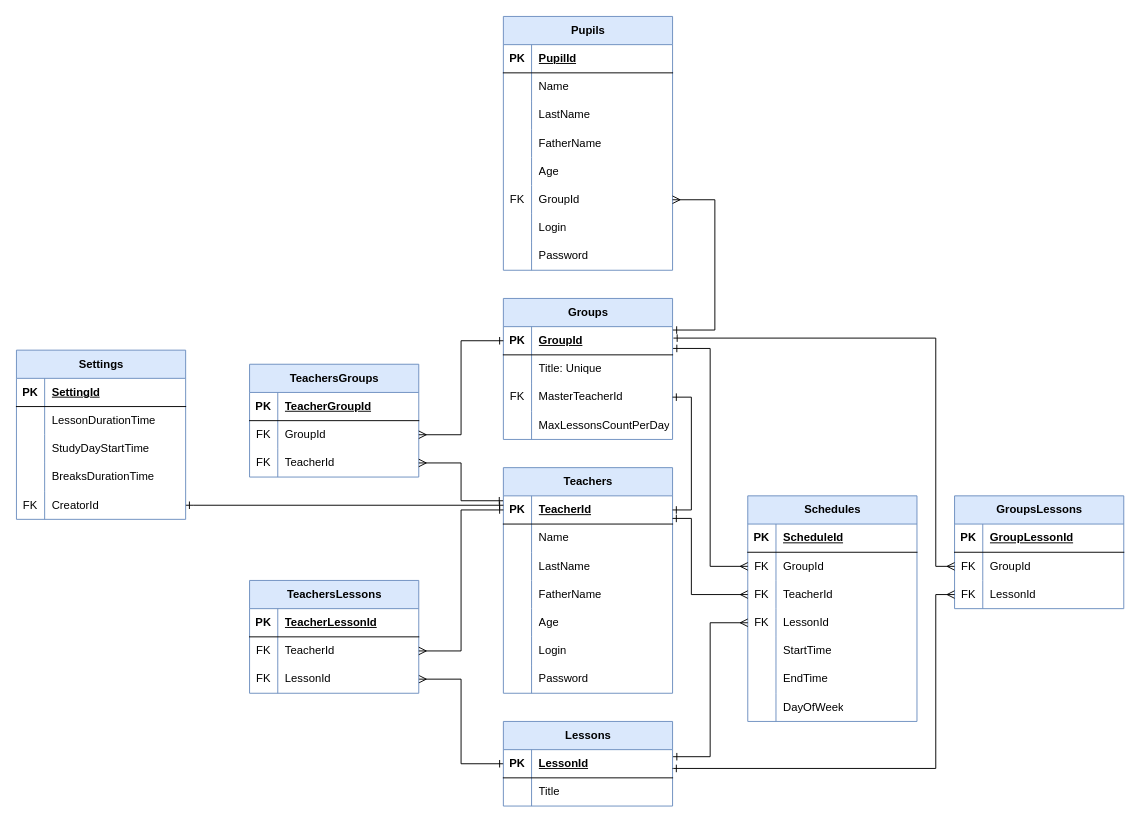
Earlier version of the draw.io diagram ESchedule/Diagrams/ER.drawio (KuleshovNikita/ESchedule). Source tidied: cells renumbered, new cells numbered last; positions are measured from the earlier drawing's top-left corner, leaving out a move shared by most shapes. Both pictures are drawn from the tidied source at 94%, with x=0, y=0 at pixel (16, 16).
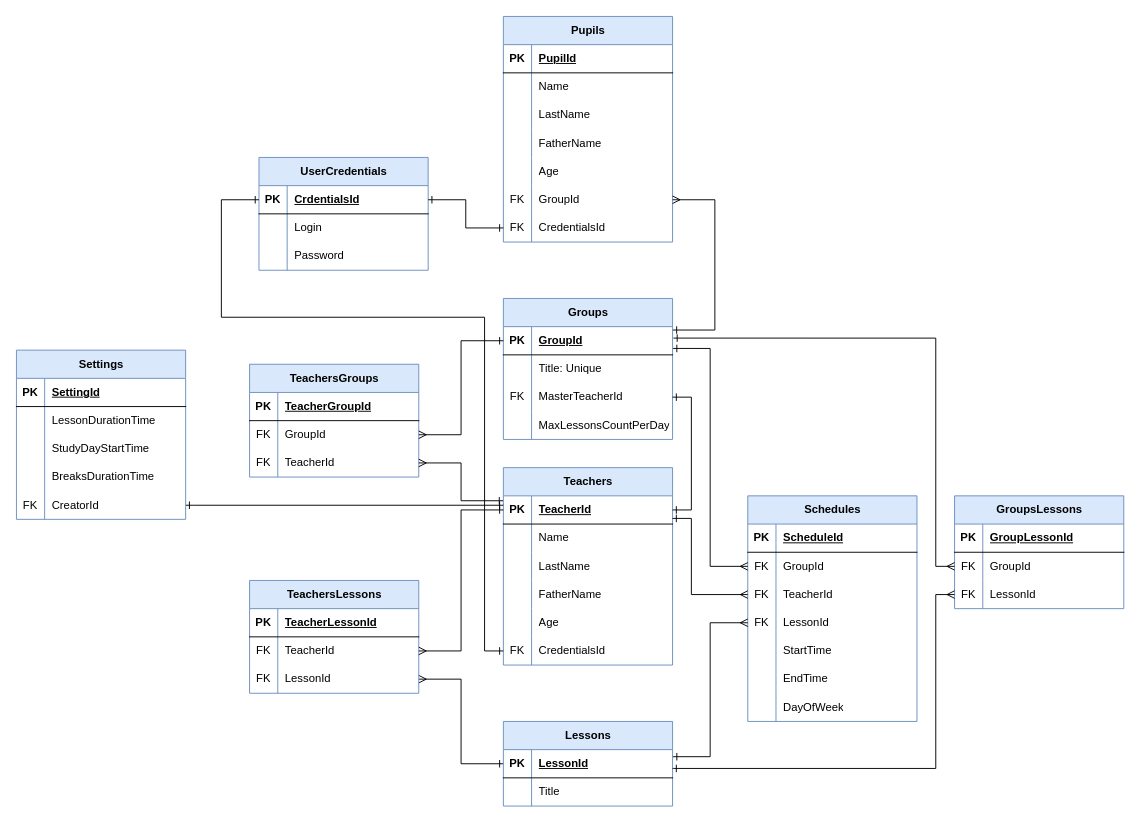
The same page after the edit.

Commit message (it also covers changes not shown here):
added UserCredentials model, updated context models configuration

The edit, as a diff of the source:
```diff
@@
     <mxCell id="2" value="Pupils" style="shape=table;startSize=30;childLayout=tableLayout;rowLines=0;fontStyle=1;align=center;html=1;fillColor=#dae8fc;strokeColor=#6c8ebf;" parent="1" vertex="1">
-      <mxGeometry x="518" width="180" height="270" as="geometry" />
+      <mxGeometry x="518" width="180" height="240" as="geometry" />
     </mxCell>
@@
-    <mxCell id="21" style="shape=tableRow;horizontal=0;startSize=0;swimlaneHead=0;swimlaneBody=0;fillColor=none;top=0;left=0;right=0;bottom=0;" parent="2" vertex="1">
-      <mxGeometry y="210" width="180" height="30" as="geometry" />
-    </mxCell>
-    <mxCell id="22" style="shape=partialRectangle;fillColor=none;top=0;left=0;bottom=0;right=0;overflow=hidden;whiteSpace=wrap;html=1;" parent="21" vertex="1">
-      <mxGeometry width="30" height="30" as="geometry" />
-    </mxCell>
-    <mxCell id="23" value="Login" style="shape=partialRectangle;fillColor=none;top=0;left=0;bottom=0;right=0;align=left;spacingLeft=6;overflow=hidden;whiteSpace=wrap;html=1;" parent="21" vertex="1">
-      <mxGeometry x="30" width="150" height="30" as="geometry" />
-    </mxCell>
     <mxCell id="24" style="shape=tableRow;horizontal=0;startSize=0;swimlaneHead=0;swimlaneBody=0;fillColor=none;points=[[0,0.5],[1,0.5]];portConstraint=eastwest;top=0;left=0;right=0;bottom=0;" parent="2" vertex="1">
-      <mxGeometry y="240" width="180" height="30" as="geometry" />
+      <mxGeometry y="210" width="180" height="30" as="geometry" />
     </mxCell>
-    <mxCell id="25" style="shape=partialRectangle;fillColor=none;top=0;left=0;bottom=0;right=0;overflow=hidden;whiteSpace=wrap;html=1;" parent="24" vertex="1">
+    <mxCell id="25" value="FK" style="shape=partialRectangle;fillColor=none;top=0;left=0;bottom=0;right=0;overflow=hidden;whiteSpace=wrap;html=1;" parent="24" vertex="1">
       <mxGeometry width="30" height="30" as="geometry" />
     </mxCell>
-    <mxCell id="26" value="Password" style="shape=partialRectangle;fillColor=none;top=0;left=0;bottom=0;right=0;align=left;spacingLeft=6;overflow=hidden;whiteSpace=wrap;html=1;" parent="24" vertex="1">
+    <mxCell id="26" value="CredentialsId" style="shape=partialRectangle;fillColor=none;top=0;left=0;bottom=0;right=0;align=left;spacingLeft=6;overflow=hidden;whiteSpace=wrap;html=1;" parent="24" vertex="1">
       <mxGeometry x="30" width="150" height="30" as="geometry" />
     </mxCell>
     <mxCell id="27" value="Teachers" style="shape=table;startSize=30;childLayout=tableLayout;rowLines=0;fontStyle=1;align=center;html=1;fillColor=#dae8fc;strokeColor=#6c8ebf;" parent="1" vertex="1">
-      <mxGeometry x="518" y="480" width="180" height="240" as="geometry" />
+      <mxGeometry x="518" y="480" width="180" height="210" as="geometry" />
     </mxCell>
@@
-    <mxCell id="43" style="shape=tableRow;horizontal=0;startSize=0;swimlaneHead=0;swimlaneBody=0;fillColor=none;top=0;left=0;right=0;bottom=0;" parent="27" vertex="1">
-      <mxGeometry y="180" width="180" height="30" as="geometry" />
-    </mxCell>
-    <mxCell id="44" style="shape=partialRectangle;fillColor=none;top=0;left=0;bottom=0;right=0;overflow=hidden;whiteSpace=wrap;html=1;" parent="43" vertex="1">
-      <mxGeometry width="30" height="30" as="geometry" />
-    </mxCell>
-    <mxCell id="45" value="Login" style="shape=partialRectangle;fillColor=none;top=0;left=0;bottom=0;right=0;align=left;spacingLeft=6;overflow=hidden;whiteSpace=wrap;html=1;" parent="43" vertex="1">
-      <mxGeometry x="30" width="150" height="30" as="geometry" />
-    </mxCell>
     <mxCell id="46" style="shape=tableRow;horizontal=0;startSize=0;swimlaneHead=0;swimlaneBody=0;fillColor=none;points=[[0,0.5],[1,0.5]];portConstraint=eastwest;top=0;left=0;right=0;bottom=0;" parent="27" vertex="1">
-      <mxGeometry y="210" width="180" height="30" as="geometry" />
+      <mxGeometry y="180" width="180" height="30" as="geometry" />
     </mxCell>
-    <mxCell id="47" style="shape=partialRectangle;fillColor=none;top=0;left=0;bottom=0;right=0;overflow=hidden;whiteSpace=wrap;html=1;" parent="46" vertex="1">
+    <mxCell id="47" value="FK" style="shape=partialRectangle;fillColor=none;top=0;left=0;bottom=0;right=0;overflow=hidden;whiteSpace=wrap;html=1;" parent="46" vertex="1">
       <mxGeometry width="30" height="30" as="geometry" />
     </mxCell>
-    <mxCell id="48" value="Password" style="shape=partialRectangle;fillColor=none;top=0;left=0;bottom=0;right=0;align=left;spacingLeft=6;overflow=hidden;whiteSpace=wrap;html=1;" parent="46" vertex="1">
+    <mxCell id="48" value="CredentialsId" style="shape=partialRectangle;fillColor=none;top=0;left=0;bottom=0;right=0;align=left;spacingLeft=6;overflow=hidden;whiteSpace=wrap;html=1;" parent="46" vertex="1">
       <mxGeometry x="30" width="150" height="30" as="geometry" />
     </mxCell>
@@
+    <mxCell id="149" value="UserCredentials" style="shape=table;startSize=30;childLayout=tableLayout;rowLines=0;fontStyle=1;align=center;html=1;fillColor=#dae8fc;strokeColor=#6c8ebf;" parent="1" vertex="1">
+      <mxGeometry x="258" y="150" width="180" height="120" as="geometry" />
+    </mxCell>
+    <mxCell id="150" style="shape=tableRow;horizontal=0;startSize=0;swimlaneHead=0;swimlaneBody=0;fillColor=none;points=[[0,0.5],[1,0.5]];portConstraint=eastwest;top=0;left=0;right=0;bottom=1;" parent="149" vertex="1">
+      <mxGeometry y="30" width="180" height="30" as="geometry" />
+    </mxCell>
+    <mxCell id="151" value="PK" style="shape=partialRectangle;fillColor=none;top=0;left=0;bottom=0;right=0;fontStyle=1;overflow=hidden;whiteSpace=wrap;html=1;" parent="150" vertex="1">
+      <mxGeometry width="30" height="30" as="geometry" />
+    </mxCell>
+    <mxCell id="152" value="CrdentialsId" style="shape=partialRectangle;fillColor=none;top=0;left=0;bottom=0;right=0;align=left;spacingLeft=6;fontStyle=5;overflow=hidden;whiteSpace=wrap;html=1;" parent="150" vertex="1">
+      <mxGeometry x="30" width="150" height="30" as="geometry" />
+    </mxCell>
+    <mxCell id="153" style="shape=tableRow;horizontal=0;startSize=0;swimlaneHead=0;swimlaneBody=0;fillColor=none;top=0;left=0;right=0;bottom=0;" parent="149" vertex="1">
+      <mxGeometry y="60" width="180" height="30" as="geometry" />
+    </mxCell>
+    <mxCell id="154" style="shape=partialRectangle;fillColor=none;top=0;left=0;bottom=0;right=0;overflow=hidden;whiteSpace=wrap;html=1;" parent="153" vertex="1">
+      <mxGeometry width="30" height="30" as="geometry" />
+    </mxCell>
+    <mxCell id="155" value="Login" style="shape=partialRectangle;fillColor=none;top=0;left=0;bottom=0;right=0;align=left;spacingLeft=6;overflow=hidden;whiteSpace=wrap;html=1;" parent="153" vertex="1">
+      <mxGeometry x="30" width="150" height="30" as="geometry" />
+    </mxCell>
+    <mxCell id="156" style="shape=tableRow;horizontal=0;startSize=0;swimlaneHead=0;swimlaneBody=0;fillColor=none;top=0;left=0;right=0;bottom=0;" parent="149" vertex="1">
+      <mxGeometry y="90" width="180" height="30" as="geometry" />
+    </mxCell>
+    <mxCell id="157" style="shape=partialRectangle;fillColor=none;top=0;left=0;bottom=0;right=0;overflow=hidden;whiteSpace=wrap;html=1;" parent="156" vertex="1">
+      <mxGeometry width="30" height="30" as="geometry" />
+    </mxCell>
+    <mxCell id="158" value="Password" style="shape=partialRectangle;fillColor=none;top=0;left=0;bottom=0;right=0;align=left;spacingLeft=6;overflow=hidden;whiteSpace=wrap;html=1;" parent="156" vertex="1">
+      <mxGeometry x="30" width="150" height="30" as="geometry" />
+    </mxCell>
+    <mxCell id="159" style="edgeStyle=orthogonalEdgeStyle;rounded=0;jettySize=auto;html=1;entryX=1;entryY=0.5;entryDx=0;entryDy=0;endArrow=ERone;endFill=0;startArrow=ERone;startFill=0;" parent="1" edge="1" source="24" target="150">
+      <mxGeometry relative="1" as="geometry" />
+    </mxCell>
+    <mxCell id="160" style="edgeStyle=orthogonalEdgeStyle;rounded=0;jettySize=auto;html=1;entryX=0;entryY=0.5;entryDx=0;entryDy=0;exitX=0;exitY=0.5;exitDx=0;exitDy=0;startArrow=ERone;startFill=0;endArrow=ERone;endFill=0;" parent="1" edge="1" source="150" target="46">
+      <mxGeometry relative="1" as="geometry">
+        <Array as="points">
+          <mxPoint x="218" y="195" />
+          <mxPoint x="218" y="320" />
+          <mxPoint x="498" y="320" />
+          <mxPoint x="498" y="675" />
+        </Array>
+      </mxGeometry>
+    </mxCell>
```
